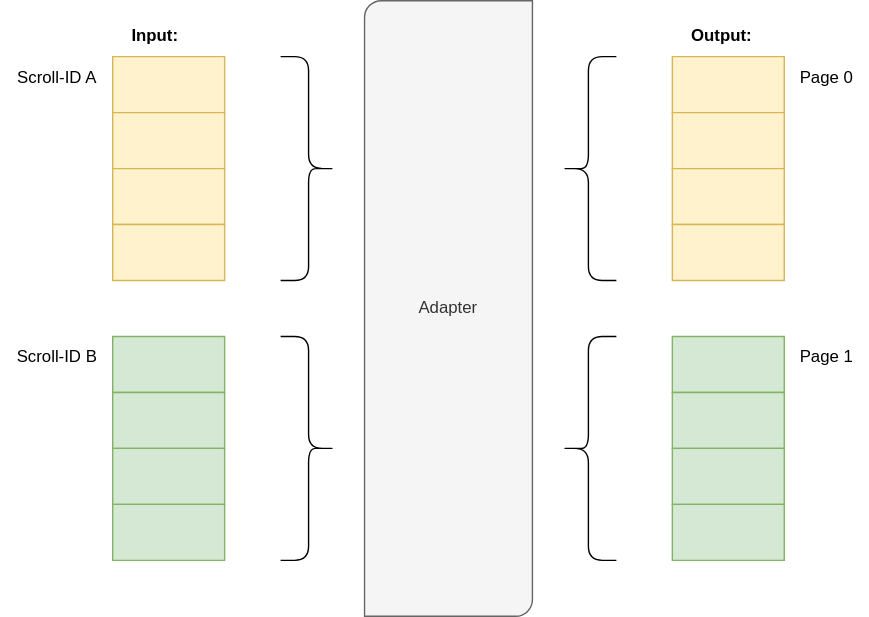
cwahlmann/searchadapter keeps this draw.io diagram as images/ScrollIdToPaging.svg. Above is the earlier version. Source tidied: cells renumbered, new cells last; positions are measured from the earlier drawing's top-left corner, leaving out a move shared by most shapes. Its diagram source:
```xml
<mxGraphModel>
  <root>
    <mxCell id="0" />
    <mxCell id="1" parent="0" />
    <mxCell id="2" style="verticalLabelPosition=middle;verticalAlign=middle;html=1;shape=mxgraph.basic.rect;fillColor2=none;strokeWidth=1;size=20;indent=5;labelPosition=center;align=center;fillColor=#fff2cc;strokeColor=#d6b656;" parent="1" vertex="1">
      <mxGeometry x="80" y="40" width="80" height="40" as="geometry" />
    </mxCell>
    <mxCell id="3" style="verticalLabelPosition=middle;verticalAlign=middle;html=1;shape=mxgraph.basic.rect;fillColor2=none;strokeWidth=1;size=20;indent=5;labelPosition=center;align=center;fillColor=#fff2cc;strokeColor=#d6b656;" parent="1" vertex="1">
      <mxGeometry x="80" y="80" width="80" height="40" as="geometry" />
    </mxCell>
    <mxCell id="4" style="verticalLabelPosition=middle;verticalAlign=middle;html=1;shape=mxgraph.basic.rect;fillColor2=none;strokeWidth=1;size=20;indent=5;labelPosition=center;align=center;fillColor=#fff2cc;strokeColor=#d6b656;" parent="1" vertex="1">
      <mxGeometry x="80" y="120" width="80" height="40" as="geometry" />
    </mxCell>
    <mxCell id="5" style="verticalLabelPosition=middle;verticalAlign=middle;html=1;shape=mxgraph.basic.rect;fillColor2=none;strokeWidth=1;size=20;indent=5;labelPosition=center;align=center;fillColor=#fff2cc;strokeColor=#d6b656;" parent="1" vertex="1">
      <mxGeometry x="80" y="160" width="80" height="40" as="geometry" />
    </mxCell>
    <mxCell id="6" value="Scroll-ID A" style="text;html=1;align=center;verticalAlign=middle;strokeColor=none;fillColor=none;" parent="1" vertex="1">
      <mxGeometry y="40" width="80" height="30" as="geometry" />
    </mxCell>
    <mxCell id="7" value="Page 0" style="text;html=1;align=center;verticalAlign=middle;strokeColor=none;fillColor=none;" parent="1" vertex="1">
      <mxGeometry x="560" y="40" width="60" height="30" as="geometry" />
    </mxCell>
    <mxCell id="8" value="Adapter" style="verticalLabelPosition=middle;verticalAlign=middle;html=1;shape=mxgraph.basic.diag_round_rect;dx=6;whiteSpace=wrap;labelPosition=center;align=center;fillColor=#f5f5f5;fontColor=#333333;strokeColor=#666666;" parent="1" vertex="1">
      <mxGeometry x="260" width="120" height="440" as="geometry" />
    </mxCell>
    <mxCell id="9" style="shape=curlyBracket;whiteSpace=wrap;html=1;rounded=1;flipH=1;labelPosition=right;verticalLabelPosition=middle;align=left;verticalAlign=middle;" parent="1" vertex="1">
      <mxGeometry x="200" y="40" width="40" height="160" as="geometry" />
    </mxCell>
    <mxCell id="10" style="shape=curlyBracket;whiteSpace=wrap;html=1;rounded=1;flipH=1;labelPosition=right;verticalLabelPosition=middle;align=left;verticalAlign=middle;" parent="1" vertex="1">
      <mxGeometry x="200" y="240" width="40" height="160" as="geometry" />
    </mxCell>
    <mxCell id="11" style="shape=curlyBracket;whiteSpace=wrap;html=1;rounded=1;flipH=1;labelPosition=right;verticalLabelPosition=middle;align=left;verticalAlign=middle;rotation=-180;" parent="1" vertex="1">
      <mxGeometry x="400" y="40" width="40" height="160" as="geometry" />
    </mxCell>
    <mxCell id="12" value="&lt;b&gt;Input:&lt;/b&gt;" style="text;html=1;align=center;verticalAlign=middle;strokeColor=none;fillColor=none;" parent="1" vertex="1">
      <mxGeometry x="80" y="10" width="60" height="30" as="geometry" />
    </mxCell>
    <mxCell id="13" value="&lt;b&gt;Output:&lt;/b&gt;" style="text;html=1;align=center;verticalAlign=middle;strokeColor=none;fillColor=none;" parent="1" vertex="1">
      <mxGeometry x="480" y="10" width="70" height="30" as="geometry" />
    </mxCell>
    <mxCell id="14" style="verticalLabelPosition=middle;verticalAlign=middle;html=1;shape=mxgraph.basic.rect;fillColor2=none;strokeWidth=1;size=20;indent=5;labelPosition=center;align=center;fillColor=#d5e8d4;strokeColor=#82b366;" parent="1" vertex="1">
      <mxGeometry x="80" y="240" width="80" height="40" as="geometry" />
    </mxCell>
    <mxCell id="15" style="verticalLabelPosition=middle;verticalAlign=middle;html=1;shape=mxgraph.basic.rect;fillColor2=none;strokeWidth=1;size=20;indent=5;labelPosition=center;align=center;fillColor=#d5e8d4;strokeColor=#82b366;" parent="1" vertex="1">
      <mxGeometry x="80" y="280" width="80" height="40" as="geometry" />
    </mxCell>
    <mxCell id="16" style="verticalLabelPosition=middle;verticalAlign=middle;html=1;shape=mxgraph.basic.rect;fillColor2=none;strokeWidth=1;size=20;indent=5;labelPosition=center;align=center;fillColor=#d5e8d4;strokeColor=#82b366;" parent="1" vertex="1">
      <mxGeometry x="80" y="320" width="80" height="40" as="geometry" />
    </mxCell>
    <mxCell id="17" style="verticalLabelPosition=middle;verticalAlign=middle;html=1;shape=mxgraph.basic.rect;fillColor2=none;strokeWidth=1;size=20;indent=5;labelPosition=center;align=center;fillColor=#d5e8d4;strokeColor=#82b366;" parent="1" vertex="1">
      <mxGeometry x="80" y="360" width="80" height="40" as="geometry" />
    </mxCell>
    <mxCell id="18" value="Scroll-ID B" style="text;html=1;align=center;verticalAlign=middle;strokeColor=none;fillColor=none;" parent="1" vertex="1">
      <mxGeometry y="240" width="80" height="30" as="geometry" />
    </mxCell>
    <mxCell id="19" style="verticalLabelPosition=middle;verticalAlign=middle;html=1;shape=mxgraph.basic.rect;fillColor2=none;strokeWidth=1;size=20;indent=5;labelPosition=center;align=center;fillColor=#fff2cc;strokeColor=#d6b656;" parent="1" vertex="1">
      <mxGeometry x="480" y="40" width="80" height="40" as="geometry" />
    </mxCell>
    <mxCell id="20" style="verticalLabelPosition=middle;verticalAlign=middle;html=1;shape=mxgraph.basic.rect;fillColor2=none;strokeWidth=1;size=20;indent=5;labelPosition=center;align=center;fillColor=#fff2cc;strokeColor=#d6b656;" parent="1" vertex="1">
      <mxGeometry x="480" y="80" width="80" height="40" as="geometry" />
    </mxCell>
    <mxCell id="21" style="verticalLabelPosition=middle;verticalAlign=middle;html=1;shape=mxgraph.basic.rect;fillColor2=none;strokeWidth=1;size=20;indent=5;labelPosition=center;align=center;fillColor=#fff2cc;strokeColor=#d6b656;" parent="1" vertex="1">
      <mxGeometry x="480" y="120" width="80" height="40" as="geometry" />
    </mxCell>
    <mxCell id="22" style="verticalLabelPosition=middle;verticalAlign=middle;html=1;shape=mxgraph.basic.rect;fillColor2=none;strokeWidth=1;size=20;indent=5;labelPosition=center;align=center;fillColor=#fff2cc;strokeColor=#d6b656;" parent="1" vertex="1">
      <mxGeometry x="480" y="160" width="80" height="40" as="geometry" />
    </mxCell>
    <mxCell id="23" value="Page 1" style="text;html=1;align=center;verticalAlign=middle;strokeColor=none;fillColor=none;" parent="1" vertex="1">
      <mxGeometry x="560" y="240" width="60" height="30" as="geometry" />
    </mxCell>
    <mxCell id="24" style="shape=curlyBracket;whiteSpace=wrap;html=1;rounded=1;flipH=1;labelPosition=right;verticalLabelPosition=middle;align=left;verticalAlign=middle;rotation=-180;" parent="1" vertex="1">
      <mxGeometry x="400" y="240" width="40" height="160" as="geometry" />
    </mxCell>
    <mxCell id="25" style="verticalLabelPosition=middle;verticalAlign=middle;html=1;shape=mxgraph.basic.rect;fillColor2=none;strokeWidth=1;size=20;indent=5;labelPosition=center;align=center;fillColor=#d5e8d4;strokeColor=#82b366;" parent="1" vertex="1">
      <mxGeometry x="480" y="240" width="80" height="40" as="geometry" />
    </mxCell>
    <mxCell id="26" style="verticalLabelPosition=middle;verticalAlign=middle;html=1;shape=mxgraph.basic.rect;fillColor2=none;strokeWidth=1;size=20;indent=5;labelPosition=center;align=center;fillColor=#d5e8d4;strokeColor=#82b366;" parent="1" vertex="1">
      <mxGeometry x="480" y="280" width="80" height="40" as="geometry" />
    </mxCell>
    <mxCell id="27" style="verticalLabelPosition=middle;verticalAlign=middle;html=1;shape=mxgraph.basic.rect;fillColor2=none;strokeWidth=1;size=20;indent=5;labelPosition=center;align=center;fillColor=#d5e8d4;strokeColor=#82b366;" parent="1" vertex="1">
      <mxGeometry x="480" y="320" width="80" height="40" as="geometry" />
    </mxCell>
    <mxCell id="28" style="verticalLabelPosition=middle;verticalAlign=middle;html=1;shape=mxgraph.basic.rect;fillColor2=none;strokeWidth=1;size=20;indent=5;labelPosition=center;align=center;fillColor=#d5e8d4;strokeColor=#82b366;" parent="1" vertex="1">
      <mxGeometry x="480" y="360" width="80" height="40" as="geometry" />
    </mxCell>
  </root>
</mxGraphModel>
```
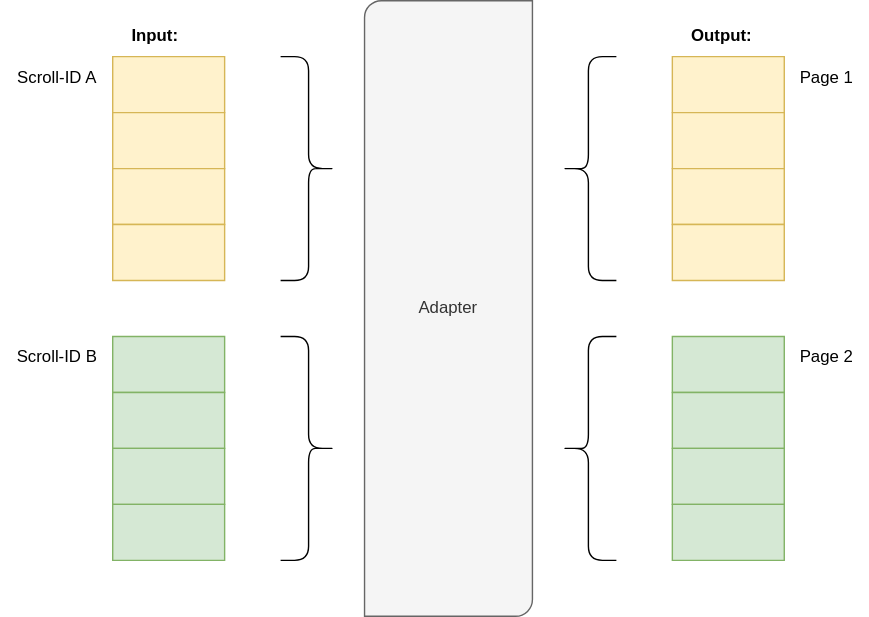
Above is the later version.

Diff of the diagram source:
```diff
@@ -17,7 +17,7 @@
     <mxCell id="6" value="Scroll-ID A" style="text;html=1;align=center;verticalAlign=middle;strokeColor=none;fillColor=none;" parent="1" vertex="1">
       <mxGeometry y="40" width="80" height="30" as="geometry" />
     </mxCell>
-    <mxCell id="7" value="Page 0" style="text;html=1;align=center;verticalAlign=middle;strokeColor=none;fillColor=none;" parent="1" vertex="1">
+    <mxCell id="7" value="Page 1" style="text;html=1;align=center;verticalAlign=middle;strokeColor=none;fillColor=none;" parent="1" vertex="1">
       <mxGeometry x="560" y="40" width="60" height="30" as="geometry" />
     </mxCell>
     <mxCell id="8" value="Adapter" style="verticalLabelPosition=middle;verticalAlign=middle;html=1;shape=mxgraph.basic.diag_round_rect;dx=6;whiteSpace=wrap;labelPosition=center;align=center;fillColor=#f5f5f5;fontColor=#333333;strokeColor=#666666;" parent="1" vertex="1">
@@ -65,7 +65,7 @@
     <mxCell id="22" style="verticalLabelPosition=middle;verticalAlign=middle;html=1;shape=mxgraph.basic.rect;fillColor2=none;strokeWidth=1;size=20;indent=5;labelPosition=center;align=center;fillColor=#fff2cc;strokeColor=#d6b656;" parent="1" vertex="1">
       <mxGeometry x="480" y="160" width="80" height="40" as="geometry" />
     </mxCell>
-    <mxCell id="23" value="Page 1" style="text;html=1;align=center;verticalAlign=middle;strokeColor=none;fillColor=none;" parent="1" vertex="1">
+    <mxCell id="23" value="Page 2" style="text;html=1;align=center;verticalAlign=middle;strokeColor=none;fillColor=none;" parent="1" vertex="1">
       <mxGeometry x="560" y="240" width="60" height="30" as="geometry" />
     </mxCell>
     <mxCell id="24" style="shape=curlyBracket;whiteSpace=wrap;html=1;rounded=1;flipH=1;labelPosition=right;verticalLabelPosition=middle;align=left;verticalAlign=middle;rotation=-180;" parent="1" vertex="1">
```
